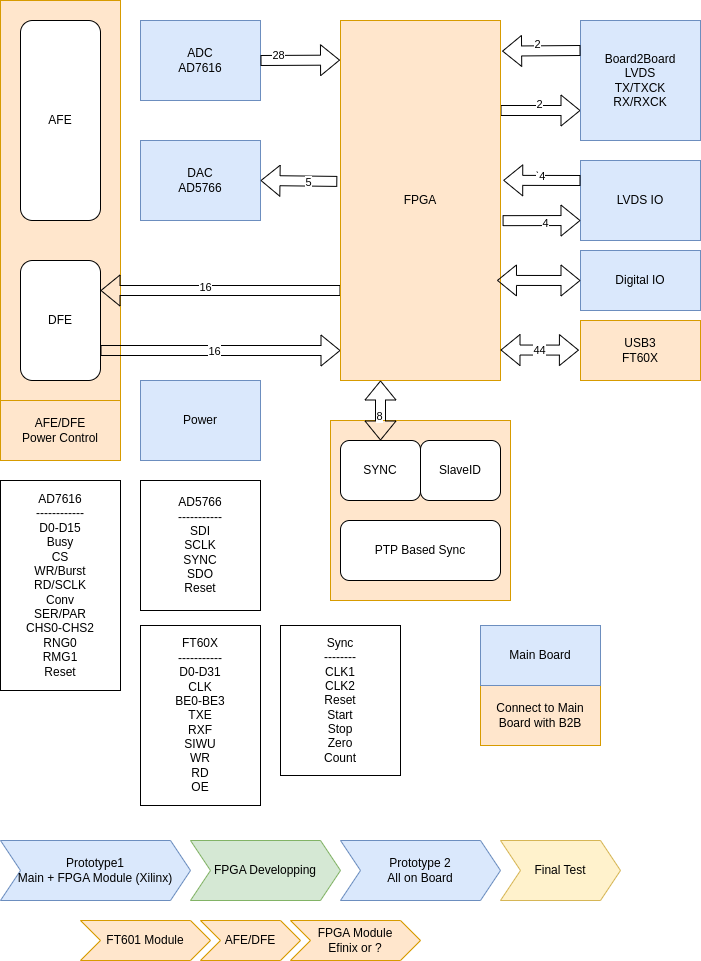
tzechienchu/mynotes keeps this draw.io diagram as docs/subtitles/Expander2/BlockDiag01.png. Above is the earlier version. Source tidied: cells renumbered, new cells last; positions are measured from the earlier drawing's top-left corner, leaving out a move shared by most shapes.
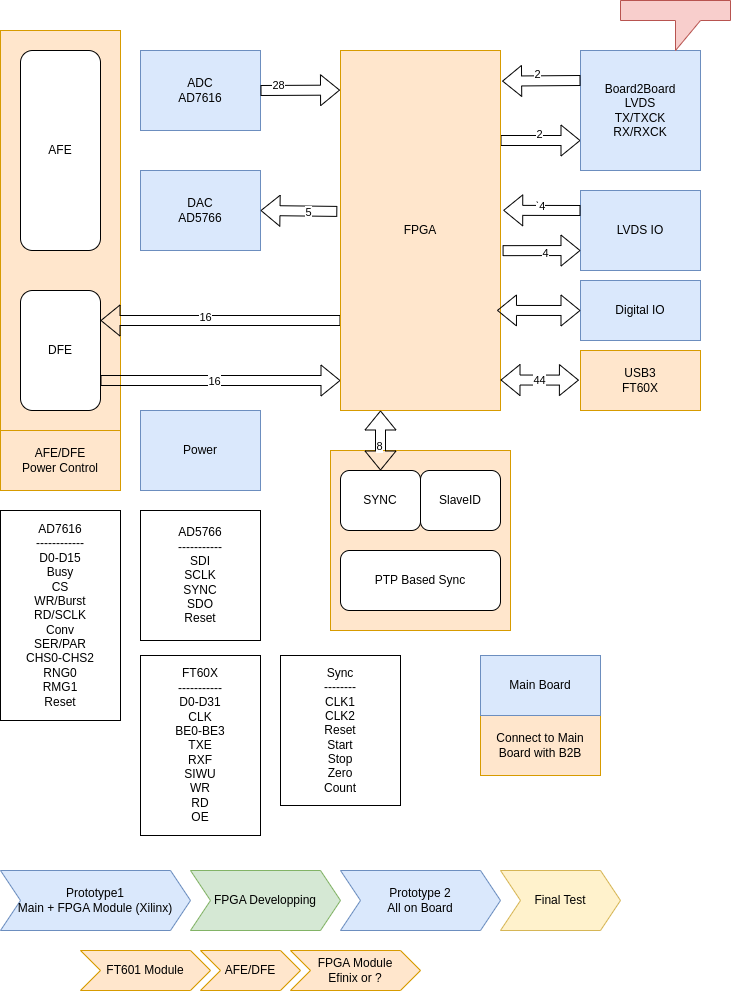
The same diagram one commit later.

What changed in the source:
```diff
@@ -157,5 +157,8 @@
     <mxCell id="51" style="edgeStyle=none;html=1;exitX=0;exitY=0.5;exitDx=0;exitDy=0;entryX=0.978;entryY=0.722;entryDx=0;entryDy=0;entryPerimeter=0;shape=flexArrow;startArrow=block;" parent="1" edge="1" source="50" target="15">
       <mxGeometry relative="1" as="geometry" />
     </mxCell>
+    <mxCell id="52" style="shape=callout;whiteSpace=wrap;html=1;perimeter=calloutPerimeter;base=25;fillColor=#f8cecc;strokeColor=#b85450;" parent="1" vertex="1">
+      <mxGeometry x="620" y="-30" width="110" height="50" as="geometry" />
+    </mxCell>
   </root>
 </mxGraphModel>
```
